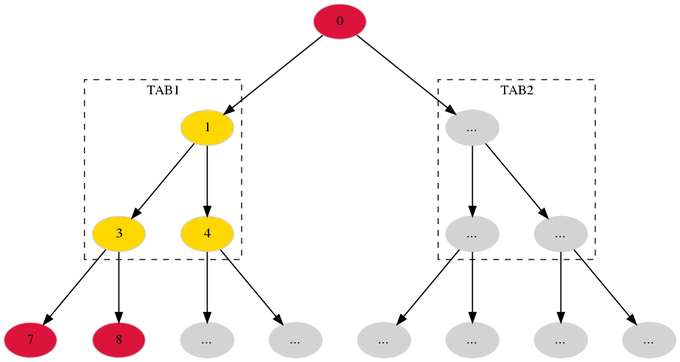
jharwell/phd-thesis keeps this Graphviz diagram as figures/chapter2/tdgraph-tabs.png. Above is the earlier version. Its source is kept beside it as figures/chapter2/tdgraph-tabs.dot. Its diagram source:
```dot
digraph tdgraph {
        node [color=lightgray, style=filled, preferred=0.50];
        graph [ordering="out", nodesep=0.5, ranksep=1.0];
        edge[penwidth=1.25]

        "0" [label="0", fillcolor=crimson];
        "1" [label="1",fillcolor=gold];

        "2" [label="..."];
        "3" [label="3",fillcolor=gold];
        "4" [label="4",fillcolor=gold];
        "5" [label="..."];
        "6" [label="..."];
        "7" [label="7",fillcolor=crimson];
        "8" [label="8",fillcolor=crimson];
        "9" [label="..."];
        "10" [label="..."];
        "11" [label="..."];
        "12" [label="..."];
        "13" [label="..."];
        "14" [label="..."];

        "0" -> {"1", "2"}
        "1" -> "3";
        "1" -> "4";
        "2" -> "5";
        "2" -> "6";

        "3" -> "7";
        "3" -> "8";
        "4" -> "9";
        "4" -> "10";
        "5" -> "11";
        "5" -> "12";
        "6" -> "13";
        "6" -> "14";

        subgraph cluster_tab1 {
                "1";
                "3";
                "4";
                graph[style=dashed];
                label="TAB1"
        }
        subgraph cluster_tab2 {
                "2";
                "5";
                "6";
                graph[style=dashed];
                label="TAB2"
        }
        }
```
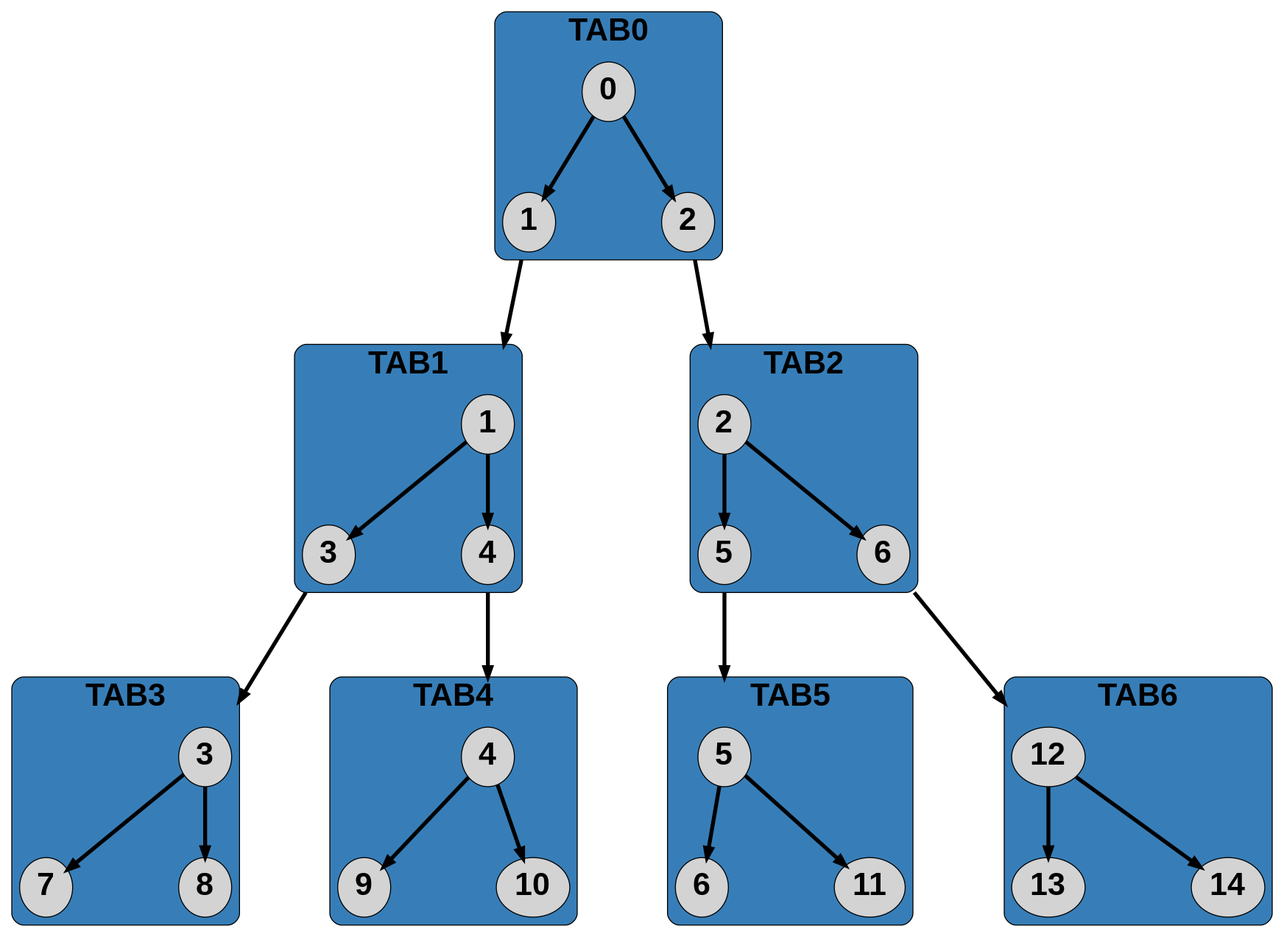
The same file after the commit.

Commit message:
Update more AAMAS figures

The edit, as a diff of the source:
```diff
@@ -1,52 +1,124 @@
 digraph tdgraph {
-        node [color=lightgray, style=filled, preferred=0.50];
-        graph [ordering="out", nodesep=0.5, ranksep=1.0];
-        edge[penwidth=1.25]
+        compound=true;
+        splines=false;
+        node [style=filled,fontsize=32,fontname="arial bold",colorscheme=set19];
+        graph [ordering="out", nodesep=1.5, ranksep=1.0,rankdir=TB,newrank=true];
+        edge[penwidth=4,colorscheme=set19]
 
-        "0" [label="0", fillcolor=crimson];
-        "1" [label="1",fillcolor=gold];
+        "0" [label="0"];
+        "1" [label="1"];
+        "2" [label="2"];
 
-        "2" [label="..."];
-        "3" [label="3",fillcolor=gold];
-        "4" [label="4",fillcolor=gold];
-        "5" [label="..."];
-        "6" [label="..."];
-        "7" [label="7",fillcolor=crimson];
-        "8" [label="8",fillcolor=crimson];
-        "9" [label="..."];
-        "10" [label="..."];
-        "11" [label="..."];
-        "12" [label="..."];
-        "13" [label="..."];
-        "14" [label="..."];
+        "3" [label="1"];
+        "4" [label="3"];
+        "5" [label="4"];
+
+        "6" [label="2"];
+        "7" [label="5"];
+        "8" [label="6"];
+
+        "9" [label="3"];
+        "10" [label="7"];
+        "11" [label="8"];
+
+        "12" [label="4"];
+        "13" [label="9"];
+        "14" [label="10"];
+
+        "15" [label="5"];
+        "16" [label="6"];
+        "17" [label="11"];
+
+        "18" [label="12"];
+        "19" [label="13"];
+        "20" [label="14"];
 
         "0" -> {"1", "2"}
-        "1" -> "3";
-        "1" -> "4";
-        "2" -> "5";
-        "2" -> "6";
 
-        "3" -> "7";
-        "3" -> "8";
-        "4" -> "9";
-        "4" -> "10";
-        "5" -> "11";
-        "5" -> "12";
-        "6" -> "13";
-        "6" -> "14";
+        "3" -> {"4","5"};
+        "6" -> {"7", "8"};
+        "9" -> {"10", "11"};
+        "12" -> {"13", "14"};
+        "15" -> {"16", "17"};
+        "18" -> {"19", "20"};
 
+        "1" -> "3"[lhead=cluster_tab1,ltail=cluster_tab0,minlen=2];
+        "2" -> "6"[lhead=cluster_tab2,ltail=cluster_tab0,minlen=2];
+        "4" -> "9"[lhead=cluster_tab3,ltail=cluster_tab1,minlen=2];
+        "5" -> "12"[lhead=cluster_tab4,ltail=cluster_tab1,minlen=2];
+        "7" -> "15"[lhead=cluster_tab5,ltail=cluster_tab2,minlen=2];
+        "8" -> "18"[lhead=cluster_tab6,ltail=cluster_tab2,minlen=2];
+
+        subgraph cluster_tab0 {
+                colorscheme=set19
+                fontsize=32;
+                fontname="arial bold";
+
+                "0";
+                "1";
+                "2";
+                graph[style=rounded,bgcolor=2];
+                label="TAB0"
+        }
         subgraph cluster_tab1 {
-                "1";
+                colorscheme=set19
+                fontsize=32;
+                fontname="arial bold";
                 "3";
                 "4";
-                graph[style=dashed];
+                "5";
+                graph[style=rounded,bgcolor=2];
                 label="TAB1"
         }
         subgraph cluster_tab2 {
-                "2";
-                "5";
+                colorscheme=set19
+                fontsize=32;
+                fontname="arial bold";
                 "6";
-                graph[style=dashed];
+                "7";
+                "8";
+                graph[style=rounded,bgcolor=2];
                 label="TAB2"
         }
+        subgraph cluster_tab3 {
+                colorscheme=set19
+                fontsize=32;
+                fontname="arial bold";
+                "9";
+                "10";
+                "11";
+                graph[style=rounded,bgcolor=2];
+                label="TAB3"
         }
+        subgraph cluster_tab4 {
+                colorscheme=set19
+                fontsize=32;
+                fontname="arial bold";
+                "12";
+                "13";
+                "14";
+                graph[style=rounded,bgcolor=2];
+                label="TAB4"
+        }
+        subgraph cluster_tab5 {
+                colorscheme=set19
+                fontsize=32;
+                fontname="arial bold";
+                "15";
+                "16";
+                "17";
+                graph[style=rounded,bgcolor=2];
+                label="TAB5"
+        }
+        subgraph cluster_tab6 {
+                colorscheme=set19
+                fontsize=32;
+                fontname="arial bold";
+                "18";
+                "19";
+                "20";
+                graph[style=rounded,bgcolor=2];
+                label="TAB6"
+        }
+
+        }
```
